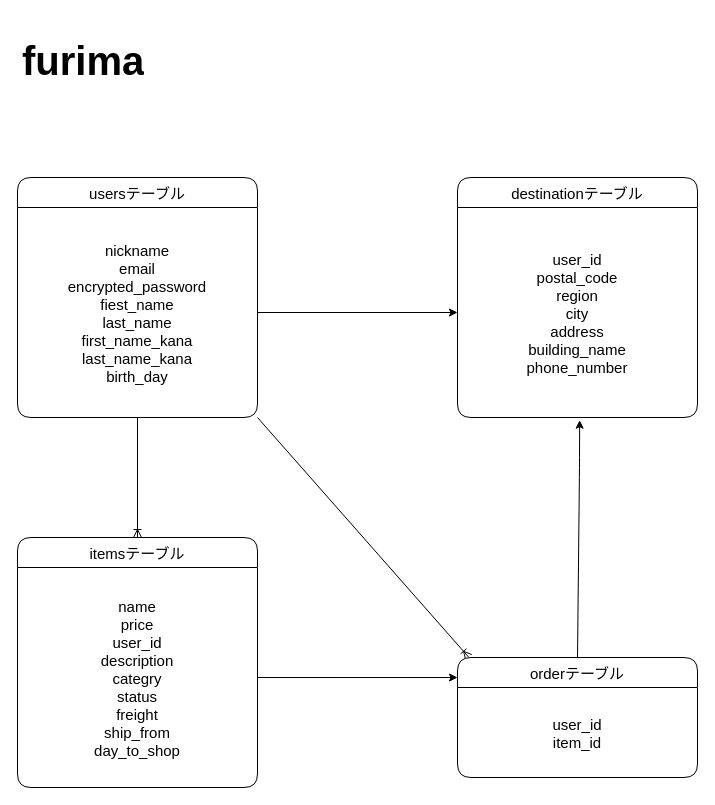
Tomoka17/furima-37718 keeps this draw.io diagram as er.furima.dio. Above is the earlier version. Source tidied: cells renumbered, new cells numbered last; positions are measured from the earlier drawing's top-left corner, leaving out a move shared by most shapes. Both pictures are drawn from the tidied source at 100%, with x=0, y=0 at pixel (17, 27).
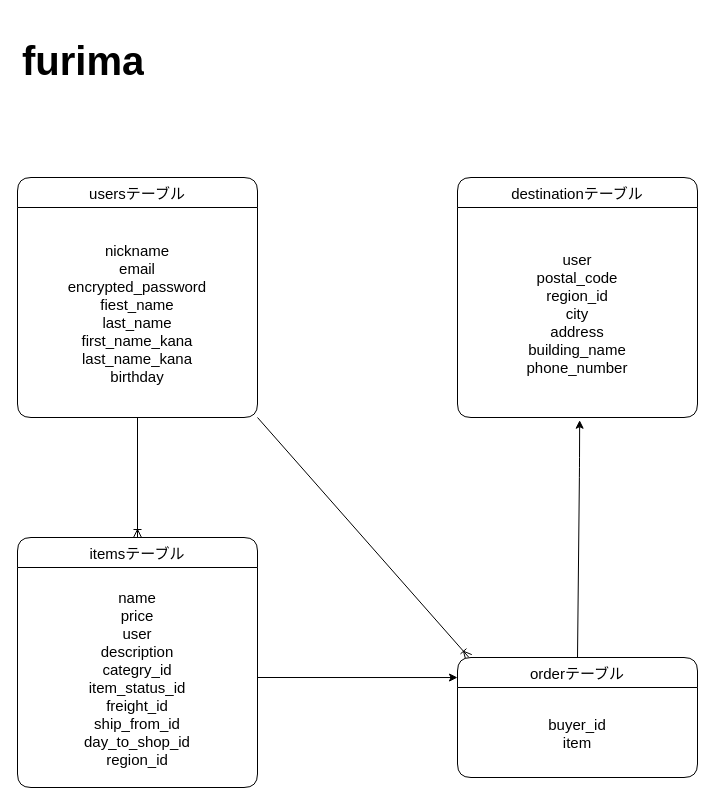
The same page after the edit.

Diff of the diagram source:
```diff
@@
 <mxGraphModel>
   <root>
     <mxCell id="0" />
     <mxCell id="1" parent="0" />
     <mxCell id="2" style="edgeStyle=none;html=1;exitX=1;exitY=1;exitDx=0;exitDy=0;entryX=0.047;entryY=-0.002;entryDx=0;entryDy=0;entryPerimeter=0;fontSize=15;endArrow=ERoneToMany;endFill=0;" parent="1" edge="1" source="3" target="11">
       <mxGeometry relative="1" as="geometry" />
     </mxCell>
     <mxCell id="3" value="usersテーブル" style="swimlane;fontStyle=0;horizontal=1;startSize=30;rounded=1;fontSize=15;" parent="1" vertex="1">
       <mxGeometry y="150" width="240" height="240" as="geometry" />
     </mxCell>
-    <mxCell id="4" value="nickname&#10;email&#10;encrypted_password&#10;fiest_name&#10;last_name&#10;first_name_kana&#10;last_name_kana&#10;birth_day" style="text;strokeColor=none;fillColor=none;align=center;verticalAlign=middle;spacingLeft=4;spacingRight=4;overflow=hidden;points=[[0,0.5],[1,0.5]];portConstraint=eastwest;rounded=1;fontSize=15;horizontal=1;" parent="3" vertex="1">
+    <mxCell id="4" value="nickname&#10;email&#10;encrypted_password&#10;fiest_name&#10;last_name&#10;first_name_kana&#10;last_name_kana&#10;birthday" style="text;strokeColor=none;fillColor=none;align=center;verticalAlign=middle;spacingLeft=4;spacingRight=4;overflow=hidden;points=[[0,0.5],[1,0.5]];portConstraint=eastwest;rounded=1;fontSize=15;horizontal=1;" parent="3" vertex="1">
       <mxGeometry y="30" width="240" height="210" as="geometry" />
     </mxCell>
     <mxCell id="5" value="&lt;h1&gt;&lt;font style=&quot;font-size: 40px&quot;&gt;furima&lt;/font&gt;&lt;/h1&gt;" style="text;html=1;strokeColor=none;fillColor=none;spacing=5;spacingTop=-20;whiteSpace=wrap;overflow=hidden;rounded=0;fontSize=15;" parent="1" vertex="1">
       <mxGeometry width="190" height="50" as="geometry" />
     </mxCell>
     <mxCell id="6" value="destinationテーブル" style="swimlane;fontStyle=0;horizontal=1;startSize=30;rounded=1;fontSize=15;" parent="1" vertex="1">
       <mxGeometry x="440" y="150" width="240" height="240" as="geometry" />
     </mxCell>
-    <mxCell id="7" value="user_id&#10;postal_code&#10;region&#10;city&#10;address&#10;building_name&#10;phone_number" style="text;strokeColor=none;fillColor=none;align=center;verticalAlign=middle;spacingLeft=4;spacingRight=4;overflow=hidden;points=[[0,0.5],[1,0.5]];portConstraint=eastwest;rounded=1;fontSize=15;" parent="6" vertex="1">
+    <mxCell id="7" value="user&#10;postal_code&#10;region_id&#10;city&#10;address&#10;building_name&#10;phone_number" style="text;strokeColor=none;fillColor=none;align=center;verticalAlign=middle;spacingLeft=4;spacingRight=4;overflow=hidden;points=[[0,0.5],[1,0.5]];portConstraint=eastwest;rounded=1;fontSize=15;" parent="6" vertex="1">
       <mxGeometry y="30" width="240" height="210" as="geometry" />
     </mxCell>
-    <mxCell id="8" style="edgeStyle=none;html=1;entryX=0;entryY=0.5;entryDx=0;entryDy=0;fontSize=15;" parent="1" edge="1" source="4" target="7">
-      <mxGeometry relative="1" as="geometry" />
-    </mxCell>
     <mxCell id="9" value="itemsテーブル" style="swimlane;fontStyle=0;horizontal=1;startSize=30;rounded=1;fontSize=15;" parent="1" vertex="1">
       <mxGeometry y="510" width="240" height="250" as="geometry" />
     </mxCell>
-    <mxCell id="10" value="name&#10;price&#10;user_id&#10;description&#10;categry&#10;status&#10;freight&#10;ship_from&#10;day_to_shop" style="text;strokeColor=none;fillColor=none;align=center;verticalAlign=middle;spacingLeft=4;spacingRight=4;overflow=hidden;points=[[0,0.5],[1,0.5]];portConstraint=eastwest;rounded=1;fontSize=15;" parent="9" vertex="1">
+    <mxCell id="10" value="name&#10;price&#10;user&#10;description&#10;categry_id&#10;item_status_id&#10;freight_id&#10;ship_from_id&#10;day_to_shop_id&#10;region_id" style="text;strokeColor=none;fillColor=none;align=center;verticalAlign=middle;spacingLeft=4;spacingRight=4;overflow=hidden;points=[[0,0.5],[1,0.5]];portConstraint=eastwest;rounded=1;fontSize=15;" parent="9" vertex="1">
       <mxGeometry y="30" width="240" height="220" as="geometry" />
     </mxCell>
     <mxCell id="11" value="orderテーブル" style="swimlane;fontStyle=0;horizontal=1;startSize=30;rounded=1;fontSize=15;" parent="1" vertex="1">
       <mxGeometry x="440" y="630" width="240" height="120" as="geometry" />
     </mxCell>
-    <mxCell id="12" value="user_id&#10;item_id" style="text;strokeColor=none;fillColor=none;align=center;verticalAlign=middle;spacingLeft=4;spacingRight=4;overflow=hidden;rounded=1;fontSize=15;" parent="11" vertex="1">
+    <mxCell id="12" value="buyer_id&#10;item" style="text;strokeColor=none;fillColor=none;align=center;verticalAlign=middle;spacingLeft=4;spacingRight=4;overflow=hidden;rounded=1;fontSize=15;" parent="11" vertex="1">
       <mxGeometry y="30" width="240" height="90" as="geometry" />
     </mxCell>
     <mxCell id="13" style="endArrow=classic;html=1;fontSize=15;entryX=0.509;entryY=1.013;entryDx=0;entryDy=0;entryPerimeter=0;exitX=0.5;exitY=0;exitDx=0;exitDy=0;" parent="1" edge="1" source="11" target="7">
       <mxGeometry relative="1" as="geometry">
         <Array as="points">
           <mxPoint x="562" y="440" />
         </Array>
       </mxGeometry>
     </mxCell>
     <mxCell id="14" style="endArrow=ERoneToMany;html=1;fontSize=15;endFill=0;entryX=0.5;entryY=0;entryDx=0;entryDy=0;" parent="1" edge="1" target="9">
       <mxGeometry relative="1" as="geometry">
         <mxPoint x="120" y="390" as="sourcePoint" />
       </mxGeometry>
     </mxCell>
     <mxCell id="15" style="edgeStyle=none;html=1;entryX=0;entryY=0.167;entryDx=0;entryDy=0;entryPerimeter=0;" parent="1" edge="1" source="10" target="11">
       <mxGeometry relative="1" as="geometry" />
     </mxCell>
   </root>
 </mxGraphModel>
```
